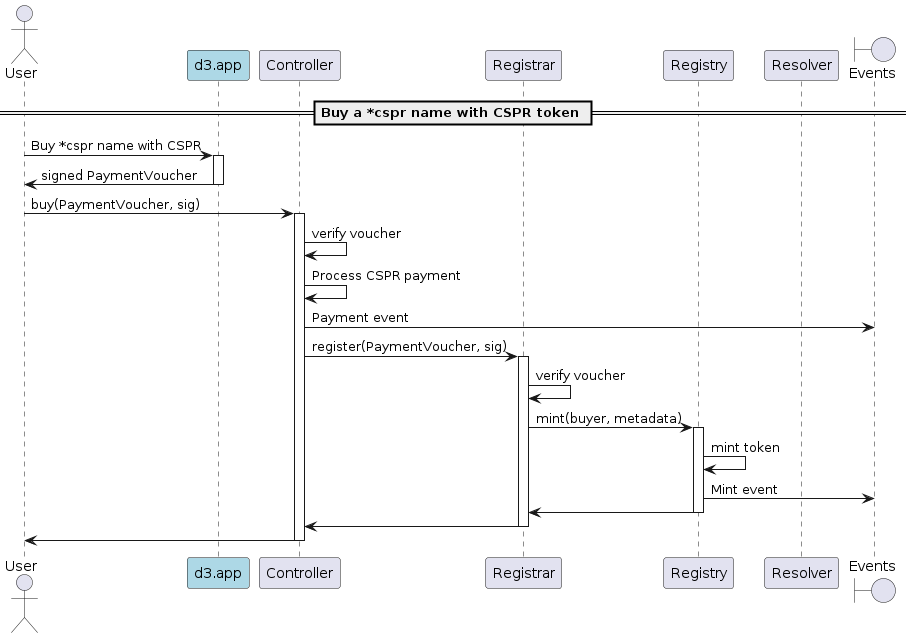
This is docs/sequence-diagrams/puml/onchain-purchase.png from make-software/cspr-name-contracts, a PlantUML export, as it was before one commit.
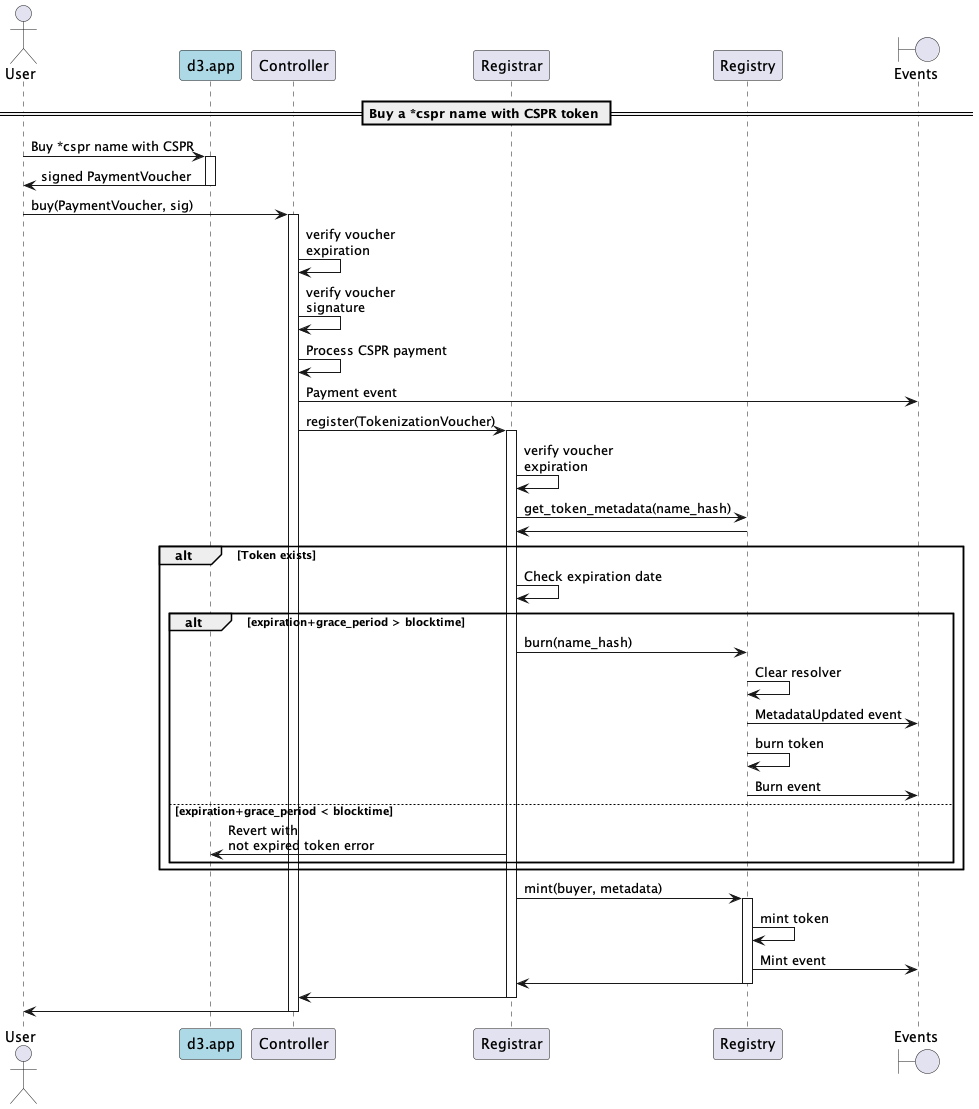
After the change.

What changed in the source:
```diff
@@ -5,7 +5,6 @@
 participant "Controller"
 participant "Registrar"
 participant "Registry"
-participant "Resolver"
 boundary "Events"
 
 == Buy a *cspr name with CSPR token ==
@@ -17,12 +16,27 @@
 
 User -> Controller: buy(PaymentVoucher, sig)
 activate Controller
-Controller -> Controller: verify voucher
+Controller -> Controller: verify voucher\nexpiration
+Controller -> Controller: verify voucher\nsignature
 Controller -> Controller: Process CSPR payment
 Controller -> "Events": Payment event
-Controller -> Registrar: register(PaymentVoucher, sig)
+Controller -> Registrar: register(TokenizationVoucher)
 activate Registrar
-Registrar -> Registrar: verify voucher
+Registrar -> Registrar: verify voucher\nexpiration
+Registrar -> Registry: get_token_metadata(name_hash)
+Registry -> Registrar
+alt Token exists
+    Registrar -> Registrar: Check expiration date
+    alt expiration+grace_period > blocktime
+        Registrar -> Registry: burn(name_hash)
+        Registry -> Registry: Clear resolver
+        Registry -> "Events": MetadataUpdated event
+        Registry -> Registry: burn token
+        Registry -> "Events": Burn event
+    else expiration+grace_period < blocktime
+        Registrar -> d3: Revert with\nnot expired token error
+    end
+end
 Registrar -> Registry: mint(buyer, metadata)
 activate Registry
 Registry -> Registry: mint token
```
